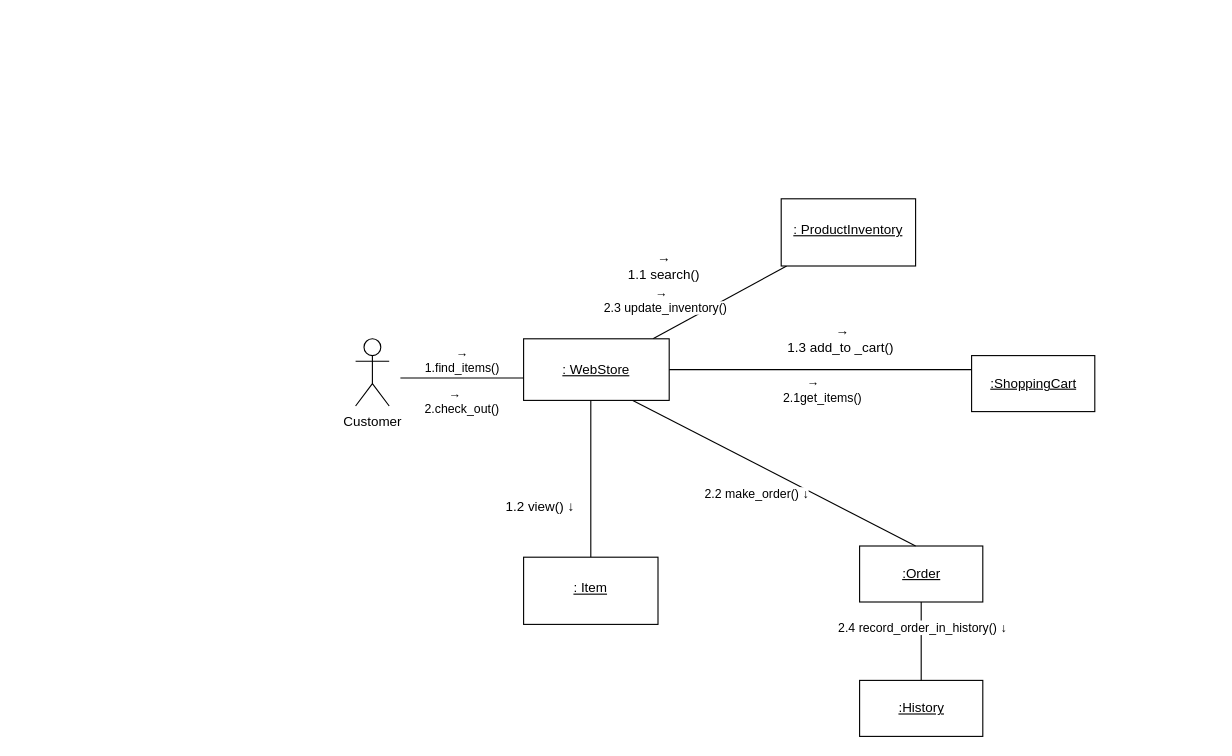
Before: page "第 2 页" (2 of 2) of sequence_chart.drawio in bincute/iAmReadingBook, a draw.io diagram. Source tidied: cells renumbered, new cells numbered last; positions are measured from the earlier drawing's top-left corner, leaving out a move shared by most shapes. Both pictures are drawn from the tidied source at 112%, with x=0, y=0 at pixel (355, 198).
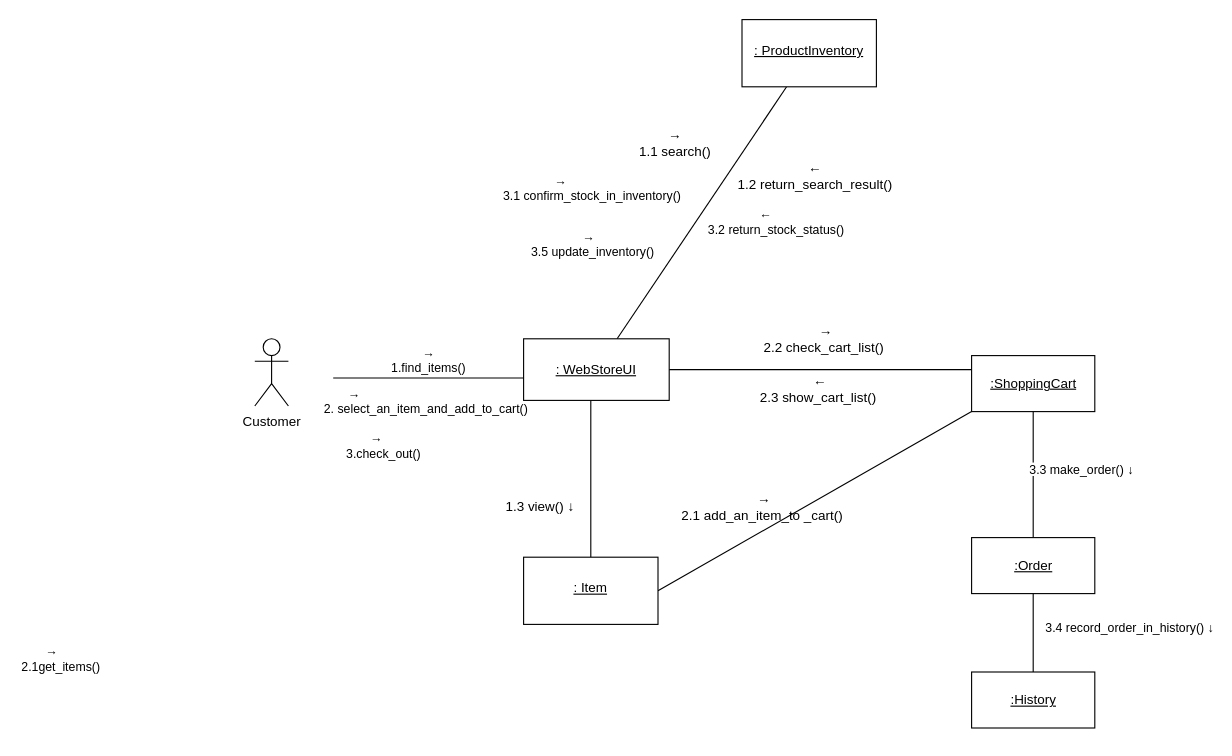
Above is the later version.

Unchanged cells that the change refers to:
```xml
<mxCell id="2" value="&lt;u&gt;:ShoppingCart&lt;/u&gt;" style="html=1;" parent="1" vertex="1">
  <mxGeometry x="550" y="140" width="110" height="50" as="geometry" />
</mxCell>
<mxCell id="11" value="&lt;u&gt;&lt;br&gt;: Item&lt;/u&gt;" style="whiteSpace=wrap;html=1;verticalAlign=top;" parent="1" vertex="1">
  <mxGeometry x="150" y="320" width="120" height="60" as="geometry" />
</mxCell>
<mxCell id="22" style="endArrow=none;html=1;rounded=0;exitX=0.5;exitY=0;exitDx=0;exitDy=0;entryX=0.5;entryY=1;entryDx=0;entryDy=0;" parent="1" edge="1" source="3" target="15">
  <mxGeometry relative="1" as="geometry" />
</mxCell>
```

Diff of the diagram source:
```diff
@@
     <mxCell id="3" value="&lt;u&gt;:History&lt;/u&gt;" style="html=1;" parent="1" vertex="1">
-      <mxGeometry x="450" y="430" width="110" height="50" as="geometry" />
+      <mxGeometry x="550" y="422.5" width="110" height="50" as="geometry" />
     </mxCell>
     <mxCell id="4" value="Customer" style="shape=umlActor;verticalLabelPosition=bottom;verticalAlign=top;html=1;" parent="1" vertex="1">
-      <mxGeometry y="125" width="30" height="60" as="geometry" />
+      <mxGeometry x="-90" y="125" width="30" height="60" as="geometry" />
     </mxCell>
@@
-    <mxCell id="7" value="&lt;u&gt;&lt;br&gt;: WebStore&lt;/u&gt;" style="whiteSpace=wrap;html=1;verticalAlign=top;" parent="1" vertex="1">
+    <mxCell id="7" value="&lt;u&gt;&lt;br&gt;: WebStoreUI&lt;/u&gt;" style="whiteSpace=wrap;html=1;verticalAlign=top;" parent="1" vertex="1">
       <mxGeometry x="150" y="125" width="130" height="55" as="geometry" />
     </mxCell>
     <mxCell id="8" value="→&lt;br&gt;1.find_items()" style="html=1;verticalAlign=bottom;endArrow=none;rounded=0;endFill=0;" parent="1" edge="1">
       <mxGeometry relative="1" as="geometry">
-        <mxPoint x="40" y="160" as="sourcePoint" />
+        <mxPoint x="-20" y="160" as="sourcePoint" />
         <mxPoint x="150" y="160" as="targetPoint" />
       </mxGeometry>
     </mxCell>
     <mxCell id="9" value="&lt;u&gt;&lt;br&gt;: ProductInventory&lt;/u&gt;" style="whiteSpace=wrap;html=1;verticalAlign=top;" parent="1" vertex="1">
-      <mxGeometry x="380" width="120" height="60" as="geometry" />
+      <mxGeometry x="345" y="-160" width="120" height="60" as="geometry" />
     </mxCell>
     <mxCell id="10" value="→&lt;br&gt;1.1 search()" style="text;html=1;align=center;verticalAlign=middle;strokeColor=none;fillColor=none;" parent="1" vertex="1">
-      <mxGeometry x="230" y="40" width="90" height="40" as="geometry" />
+      <mxGeometry x="240" y="-70" width="90" height="40" as="geometry" />
     </mxCell>
+    <mxCell id="24" style="rounded=0;jettySize=auto;html=1;exitX=1;exitY=0.5;exitDx=0;exitDy=0;entryX=0;entryY=1;entryDx=0;entryDy=0;endArrow=none;endFill=0;" parent="1" edge="1" source="11" target="2">
+      <mxGeometry relative="1" as="geometry" />
+    </mxCell>
@@
-    <mxCell id="13" value="1.2 view() ↓" style="text;html=1;strokeColor=none;fillColor=none;align=center;verticalAlign=middle;whiteSpace=wrap;rounded=0;" parent="1" vertex="1">
+    <mxCell id="13" value="1.3 view() ↓" style="text;html=1;strokeColor=none;fillColor=none;align=center;verticalAlign=middle;whiteSpace=wrap;rounded=0;" parent="1" vertex="1">
       <mxGeometry x="130" y="260" width="70" height="30" as="geometry" />
     </mxCell>
-    <mxCell id="14" value="→&lt;br&gt;1.3 add_to _cart()&amp;nbsp;" style="text;html=1;strokeColor=none;fillColor=none;align=center;verticalAlign=middle;whiteSpace=wrap;rounded=0;" parent="1" vertex="1">
-      <mxGeometry x="360" y="110" width="150" height="30" as="geometry" />
-    </mxCell>
     <mxCell id="15" value="&lt;u&gt;:Order&lt;/u&gt;" style="html=1;" parent="1" vertex="1">
-      <mxGeometry x="450" y="310" width="110" height="50" as="geometry" />
+      <mxGeometry x="550" y="302.5" width="110" height="50" as="geometry" />
     </mxCell>
-    <mxCell id="16" style="endArrow=none;html=1;rounded=0;exitX=0.75;exitY=1;exitDx=0;exitDy=0;" parent="1" edge="1" source="7">
-      <mxGeometry relative="1" as="geometry">
-        <mxPoint x="500" y="310" as="targetPoint" />
-      </mxGeometry>
+    <mxCell id="16" style="endArrow=none;html=1;rounded=0;entryX=0.5;entryY=0;entryDx=0;entryDy=0;" parent="1" edge="1" source="2" target="15">
+      <mxGeometry relative="1" as="geometry" />
     </mxCell>
-    <mxCell id="17" value="&lt;span style=&quot;color: rgb(0, 0, 0); font-family: Helvetica; font-size: 11px; font-style: normal; font-variant-ligatures: normal; font-variant-caps: normal; font-weight: 400; letter-spacing: normal; orphans: 2; text-align: center; text-indent: 0px; text-transform: none; widows: 2; word-spacing: 0px; -webkit-text-stroke-width: 0px; background-color: rgb(255, 255, 255); text-decoration-thickness: initial; text-decoration-style: initial; text-decoration-color: initial; float: none; display: inline !important;&quot;&gt;&amp;nbsp; &amp;nbsp; &amp;nbsp; &amp;nbsp;→&lt;/span&gt;&lt;br style=&quot;color: rgb(0, 0, 0); font-family: Helvetica; font-size: 11px; font-style: normal; font-variant-ligatures: normal; font-variant-caps: normal; font-weight: 400; letter-spacing: normal; orphans: 2; text-align: center; text-indent: 0px; text-transform: none; widows: 2; word-spacing: 0px; -webkit-text-stroke-width: 0px; text-decoration-thickness: initial; text-decoration-style: initial; text-decoration-color: initial;&quot;&gt;&lt;span style=&quot;color: rgb(0, 0, 0); font-family: Helvetica; font-size: 11px; font-style: normal; font-variant-ligatures: normal; font-variant-caps: normal; font-weight: 400; letter-spacing: normal; orphans: 2; text-align: center; text-indent: 0px; text-transform: none; widows: 2; word-spacing: 0px; -webkit-text-stroke-width: 0px; background-color: rgb(255, 255, 255); text-decoration-thickness: initial; text-decoration-style: initial; text-decoration-color: initial; float: none; display: inline !important;&quot;&gt;2.check_out()&lt;/span&gt;" style="text;whiteSpace=wrap;html=1;" parent="1" vertex="1">
-      <mxGeometry x="60" y="160" width="90" height="50" as="geometry" />
+    <mxCell id="17" value="&lt;span style=&quot;color: rgb(0, 0, 0); font-family: Helvetica; font-size: 11px; font-style: normal; font-variant-ligatures: normal; font-variant-caps: normal; font-weight: 400; letter-spacing: normal; orphans: 2; text-align: center; text-indent: 0px; text-transform: none; widows: 2; word-spacing: 0px; -webkit-text-stroke-width: 0px; background-color: rgb(255, 255, 255); text-decoration-thickness: initial; text-decoration-style: initial; text-decoration-color: initial; float: none; display: inline !important;&quot;&gt;&amp;nbsp; &amp;nbsp; &amp;nbsp; &amp;nbsp;→&lt;/span&gt;&lt;br style=&quot;color: rgb(0, 0, 0); font-family: Helvetica; font-size: 11px; font-style: normal; font-variant-ligatures: normal; font-variant-caps: normal; font-weight: 400; letter-spacing: normal; orphans: 2; text-align: center; text-indent: 0px; text-transform: none; widows: 2; word-spacing: 0px; -webkit-text-stroke-width: 0px; text-decoration-thickness: initial; text-decoration-style: initial; text-decoration-color: initial;&quot;&gt;&lt;span style=&quot;color: rgb(0, 0, 0); font-family: Helvetica; font-size: 11px; font-style: normal; font-variant-ligatures: normal; font-variant-caps: normal; font-weight: 400; letter-spacing: normal; orphans: 2; text-align: center; text-indent: 0px; text-transform: none; widows: 2; word-spacing: 0px; -webkit-text-stroke-width: 0px; background-color: rgb(255, 255, 255); text-decoration-thickness: initial; text-decoration-style: initial; text-decoration-color: initial; float: none; display: inline !important;&quot;&gt;3.check_out()&lt;/span&gt;" style="text;whiteSpace=wrap;html=1;" parent="1" vertex="1">
+      <mxGeometry x="-10" y="200" width="90" height="50" as="geometry" />
     </mxCell>
     <mxCell id="18" value="&lt;span style=&quot;color: rgb(0, 0, 0); font-family: Helvetica; font-size: 11px; font-style: normal; font-variant-ligatures: normal; font-variant-caps: normal; font-weight: 400; letter-spacing: normal; orphans: 2; text-align: center; text-indent: 0px; text-transform: none; widows: 2; word-spacing: 0px; -webkit-text-stroke-width: 0px; background-color: rgb(255, 255, 255); text-decoration-thickness: initial; text-decoration-style: initial; text-decoration-color: initial; float: none; display: inline !important;&quot;&gt;&amp;nbsp; &amp;nbsp; &amp;nbsp; &amp;nbsp;→&lt;/span&gt;&lt;br style=&quot;color: rgb(0, 0, 0); font-family: Helvetica; font-size: 11px; font-style: normal; font-variant-ligatures: normal; font-variant-caps: normal; font-weight: 400; letter-spacing: normal; orphans: 2; text-align: center; text-indent: 0px; text-transform: none; widows: 2; word-spacing: 0px; -webkit-text-stroke-width: 0px; text-decoration-thickness: initial; text-decoration-style: initial; text-decoration-color: initial;&quot;&gt;&lt;span style=&quot;color: rgb(0, 0, 0); font-family: Helvetica; font-size: 11px; font-style: normal; font-variant-ligatures: normal; font-variant-caps: normal; font-weight: 400; letter-spacing: normal; orphans: 2; text-align: center; text-indent: 0px; text-transform: none; widows: 2; word-spacing: 0px; -webkit-text-stroke-width: 0px; background-color: rgb(255, 255, 255); text-decoration-thickness: initial; text-decoration-style: initial; text-decoration-color: initial; float: none; display: inline !important;&quot;&gt;2.1get_items()&amp;nbsp;&lt;/span&gt;" style="text;whiteSpace=wrap;html=1;" parent="1" vertex="1">
-      <mxGeometry x="380" y="150" width="90" height="50" as="geometry" />
+      <mxGeometry x="-300" y="390" width="90" height="50" as="geometry" />
     </mxCell>
-    <mxCell id="19" value="&lt;span style=&quot;color: rgb(0, 0, 0); font-family: Helvetica; font-size: 11px; font-style: normal; font-variant-ligatures: normal; font-variant-caps: normal; font-weight: 400; letter-spacing: normal; orphans: 2; text-align: center; text-indent: 0px; text-transform: none; widows: 2; word-spacing: 0px; -webkit-text-stroke-width: 0px; background-color: rgb(255, 255, 255); text-decoration-thickness: initial; text-decoration-style: initial; text-decoration-color: initial; float: none; display: inline !important;&quot;&gt;&amp;nbsp; &amp;nbsp; &amp;nbsp; &amp;nbsp;&lt;/span&gt;&lt;br style=&quot;color: rgb(0, 0, 0); font-family: Helvetica; font-size: 11px; font-style: normal; font-variant-ligatures: normal; font-variant-caps: normal; font-weight: 400; letter-spacing: normal; orphans: 2; text-align: center; text-indent: 0px; text-transform: none; widows: 2; word-spacing: 0px; -webkit-text-stroke-width: 0px; text-decoration-thickness: initial; text-decoration-style: initial; text-decoration-color: initial;&quot;&gt;" style="text;whiteSpace=wrap;html=1;" parent="1" vertex="1">
-      <mxGeometry x="100" y="270" width="90" height="50" as="geometry" />
-    </mxCell>
-    <mxCell id="20" value="&lt;span style=&quot;color: rgb(0, 0, 0); font-family: Helvetica; font-size: 11px; font-style: normal; font-variant-ligatures: normal; font-variant-caps: normal; font-weight: 400; letter-spacing: normal; orphans: 2; text-align: center; text-indent: 0px; text-transform: none; widows: 2; word-spacing: 0px; -webkit-text-stroke-width: 0px; background-color: rgb(255, 255, 255); text-decoration-thickness: initial; text-decoration-style: initial; text-decoration-color: initial; float: none; display: inline !important;&quot;&gt;2.2 make_order() ↓&lt;/span&gt;" style="text;whiteSpace=wrap;html=1;" parent="1" vertex="1">
-      <mxGeometry x="310" y="250" width="120" height="40" as="geometry" />
+    <mxCell id="20" value="&lt;span style=&quot;color: rgb(0, 0, 0); font-family: Helvetica; font-size: 11px; font-style: normal; font-variant-ligatures: normal; font-variant-caps: normal; font-weight: 400; letter-spacing: normal; orphans: 2; text-align: center; text-indent: 0px; text-transform: none; widows: 2; word-spacing: 0px; -webkit-text-stroke-width: 0px; background-color: rgb(255, 255, 255); text-decoration-thickness: initial; text-decoration-style: initial; text-decoration-color: initial; float: none; display: inline !important;&quot;&gt;3.3 make_order() ↓&lt;/span&gt;" style="text;whiteSpace=wrap;html=1;" parent="1" vertex="1">
+      <mxGeometry x="600" y="227.5" width="120" height="40" as="geometry" />
     </mxCell>
-    <mxCell id="21" value="&lt;span style=&quot;color: rgb(0, 0, 0); font-family: Helvetica; font-size: 11px; font-style: normal; font-variant-ligatures: normal; font-variant-caps: normal; font-weight: 400; letter-spacing: normal; orphans: 2; text-align: center; text-indent: 0px; text-transform: none; widows: 2; word-spacing: 0px; -webkit-text-stroke-width: 0px; background-color: rgb(255, 255, 255); text-decoration-thickness: initial; text-decoration-style: initial; text-decoration-color: initial; float: none; display: inline !important;&quot;&gt;&amp;nbsp; &amp;nbsp; &amp;nbsp; &amp;nbsp; &amp;nbsp; &amp;nbsp; &amp;nbsp; &amp;nbsp;→&lt;br&gt;2.3 update_inventory()&amp;nbsp;&lt;/span&gt;" style="text;whiteSpace=wrap;html=1;" parent="1" vertex="1">
-      <mxGeometry x="220" y="70" width="150" height="40" as="geometry" />
+    <mxCell id="21" value="&lt;span style=&quot;color: rgb(0, 0, 0); font-family: Helvetica; font-size: 11px; font-style: normal; font-variant-ligatures: normal; font-variant-caps: normal; font-weight: 400; letter-spacing: normal; orphans: 2; text-align: center; text-indent: 0px; text-transform: none; widows: 2; word-spacing: 0px; -webkit-text-stroke-width: 0px; background-color: rgb(255, 255, 255); text-decoration-thickness: initial; text-decoration-style: initial; text-decoration-color: initial; float: none; display: inline !important;&quot;&gt;&amp;nbsp; &amp;nbsp; &amp;nbsp; &amp;nbsp; &amp;nbsp; &amp;nbsp; &amp;nbsp; &amp;nbsp;→&lt;br&gt;3.1 confirm_stock_in_inventory()&amp;nbsp;&lt;/span&gt;" style="text;whiteSpace=wrap;html=1;" parent="1" vertex="1">
+      <mxGeometry x="130" y="-30" width="195" height="40" as="geometry" />
     </mxCell>
@@
-    <mxCell id="23" value="2.4 record_order_in_history() ↓" style="edgeLabel;html=1;align=center;verticalAlign=middle;" parent="22" vertex="1">
-      <mxGeometry x="0.36" relative="1" as="geometry" />
+    <mxCell id="23" value="3.4 record_order_in_history() ↓" style="edgeLabel;html=1;align=center;verticalAlign=middle;" parent="22" vertex="1">
+      <mxGeometry x="0.36" relative="1" as="geometry">
+        <mxPoint x="85" y="8" as="offset" />
+      </mxGeometry>
     </mxCell>
+    <mxCell id="25" value="&lt;span style=&quot;color: rgb(0, 0, 0); font-family: Helvetica; font-size: 11px; font-style: normal; font-variant-ligatures: normal; font-variant-caps: normal; font-weight: 400; letter-spacing: normal; orphans: 2; text-align: center; text-indent: 0px; text-transform: none; widows: 2; word-spacing: 0px; -webkit-text-stroke-width: 0px; background-color: rgb(255, 255, 255); text-decoration-thickness: initial; text-decoration-style: initial; text-decoration-color: initial; float: none; display: inline !important;&quot;&gt;&amp;nbsp; &amp;nbsp; &amp;nbsp; &amp;nbsp;→&lt;/span&gt;&lt;br style=&quot;color: rgb(0, 0, 0); font-family: Helvetica; font-size: 11px; font-style: normal; font-variant-ligatures: normal; font-variant-caps: normal; font-weight: 400; letter-spacing: normal; orphans: 2; text-align: center; text-indent: 0px; text-transform: none; widows: 2; word-spacing: 0px; -webkit-text-stroke-width: 0px; text-decoration-thickness: initial; text-decoration-style: initial; text-decoration-color: initial;&quot;&gt;&lt;span style=&quot;color: rgb(0, 0, 0); font-family: Helvetica; font-size: 11px; font-style: normal; font-variant-ligatures: normal; font-variant-caps: normal; font-weight: 400; letter-spacing: normal; orphans: 2; text-align: center; text-indent: 0px; text-transform: none; widows: 2; word-spacing: 0px; -webkit-text-stroke-width: 0px; background-color: rgb(255, 255, 255); text-decoration-thickness: initial; text-decoration-style: initial; text-decoration-color: initial; float: none; display: inline !important;&quot;&gt;2. select_an_item_and_add_to_cart()&lt;/span&gt;" style="text;whiteSpace=wrap;html=1;" parent="1" vertex="1">
+      <mxGeometry x="-30" y="160" width="220" height="50" as="geometry" />
+    </mxCell>
+    <mxCell id="26" value="←&lt;br&gt;1.2 return_search_result()" style="text;html=1;align=center;verticalAlign=middle;strokeColor=none;fillColor=none;" parent="1" vertex="1">
+      <mxGeometry x="330" y="-40" width="160" height="40" as="geometry" />
+    </mxCell>
+    <mxCell id="27" value="←&lt;br&gt;2.3 show_cart_list()&amp;nbsp;" style="text;html=1;strokeColor=none;fillColor=none;align=center;verticalAlign=middle;whiteSpace=wrap;rounded=0;" parent="1" vertex="1">
+      <mxGeometry x="340" y="155" width="150" height="30" as="geometry" />
+    </mxCell>
+    <mxCell id="28" value="&lt;span style=&quot;color: rgb(0, 0, 0); font-family: Helvetica; font-size: 11px; font-style: normal; font-variant-ligatures: normal; font-variant-caps: normal; font-weight: 400; letter-spacing: normal; orphans: 2; text-align: center; text-indent: 0px; text-transform: none; widows: 2; word-spacing: 0px; -webkit-text-stroke-width: 0px; background-color: rgb(255, 255, 255); text-decoration-thickness: initial; text-decoration-style: initial; text-decoration-color: initial; float: none; display: inline !important;&quot;&gt;&amp;nbsp; &amp;nbsp; &amp;nbsp; &amp;nbsp; &amp;nbsp; &amp;nbsp; &amp;nbsp; &amp;nbsp;→&lt;br&gt;3.5 update_inventory()&amp;nbsp;&lt;/span&gt;" style="text;whiteSpace=wrap;html=1;" parent="1" vertex="1">
+      <mxGeometry x="155" y="20" width="150" height="40" as="geometry" />
+    </mxCell>
+    <mxCell id="29" value="&lt;span style=&quot;color: rgb(0, 0, 0); font-family: Helvetica; font-size: 11px; font-style: normal; font-variant-ligatures: normal; font-variant-caps: normal; font-weight: 400; letter-spacing: normal; orphans: 2; text-align: center; text-indent: 0px; text-transform: none; widows: 2; word-spacing: 0px; -webkit-text-stroke-width: 0px; background-color: rgb(255, 255, 255); text-decoration-thickness: initial; text-decoration-style: initial; text-decoration-color: initial; float: none; display: inline !important;&quot;&gt;&amp;nbsp; &amp;nbsp; &amp;nbsp; &amp;nbsp; &amp;nbsp; &amp;nbsp; &amp;nbsp; &amp;nbsp;←&lt;br&gt;3.2 return_stock_status()&amp;nbsp;&lt;/span&gt;" style="text;whiteSpace=wrap;html=1;" parent="1" vertex="1">
+      <mxGeometry x="312.5" width="195" height="50" as="geometry" />
+    </mxCell>
+    <mxCell id="30" value="→&lt;br&gt;2.1 add_an_item_to _cart()&amp;nbsp;" style="text;html=1;strokeColor=none;fillColor=none;align=center;verticalAlign=middle;whiteSpace=wrap;rounded=0;" parent="1" vertex="1">
+      <mxGeometry x="290" y="260" width="150" height="30" as="geometry" />
+    </mxCell>
+    <mxCell id="31" value="→&lt;br&gt;2.2 check_cart_list()&amp;nbsp;" style="text;html=1;strokeColor=none;fillColor=none;align=center;verticalAlign=middle;whiteSpace=wrap;rounded=0;" parent="1" vertex="1">
+      <mxGeometry x="345" y="110" width="150" height="30" as="geometry" />
+    </mxCell>
```
